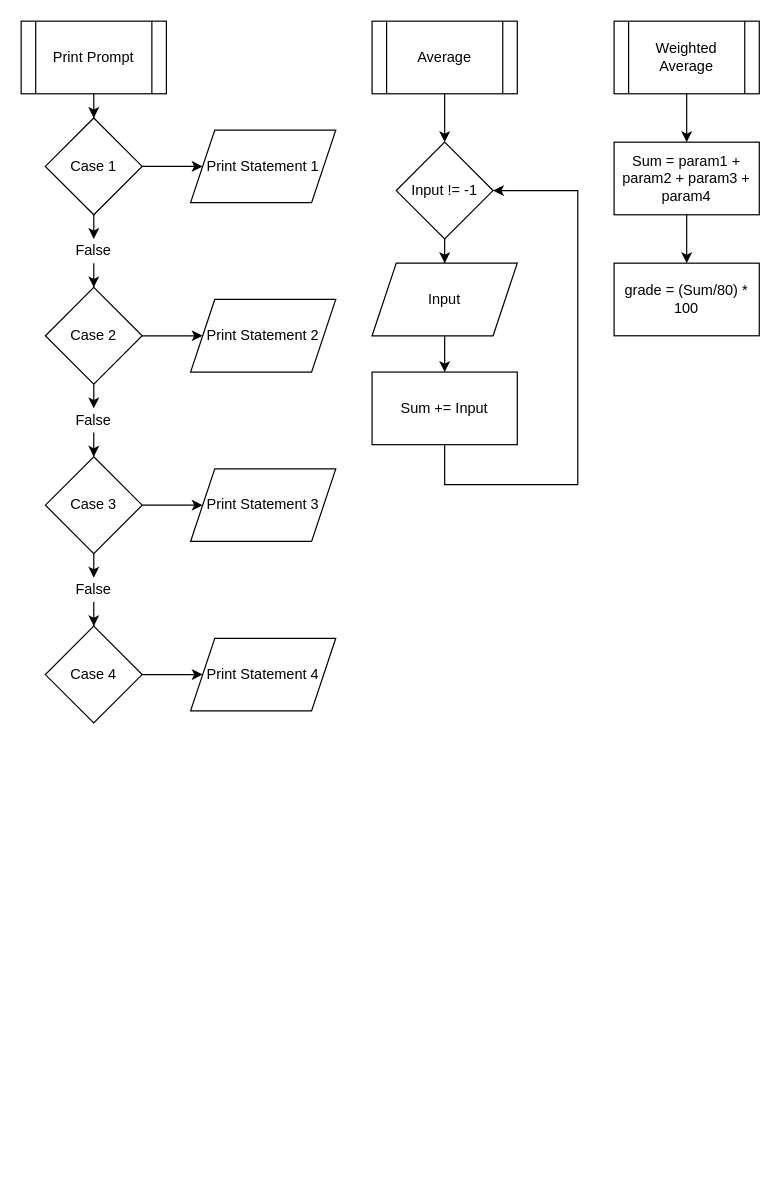
The draw.io diagram page "Page-2" (2 of 2) of Layouts/Project 4.drawio in Sukhvsin2/CS-155-Projects, before the edit. Source tidied: cells renumbered, new cells numbered last; positions are measured from the earlier drawing's top-left corner, leaving out a move shared by most shapes. Both pictures are drawn from the tidied source at 121%, with x=0, y=0 at pixel (21, 21).
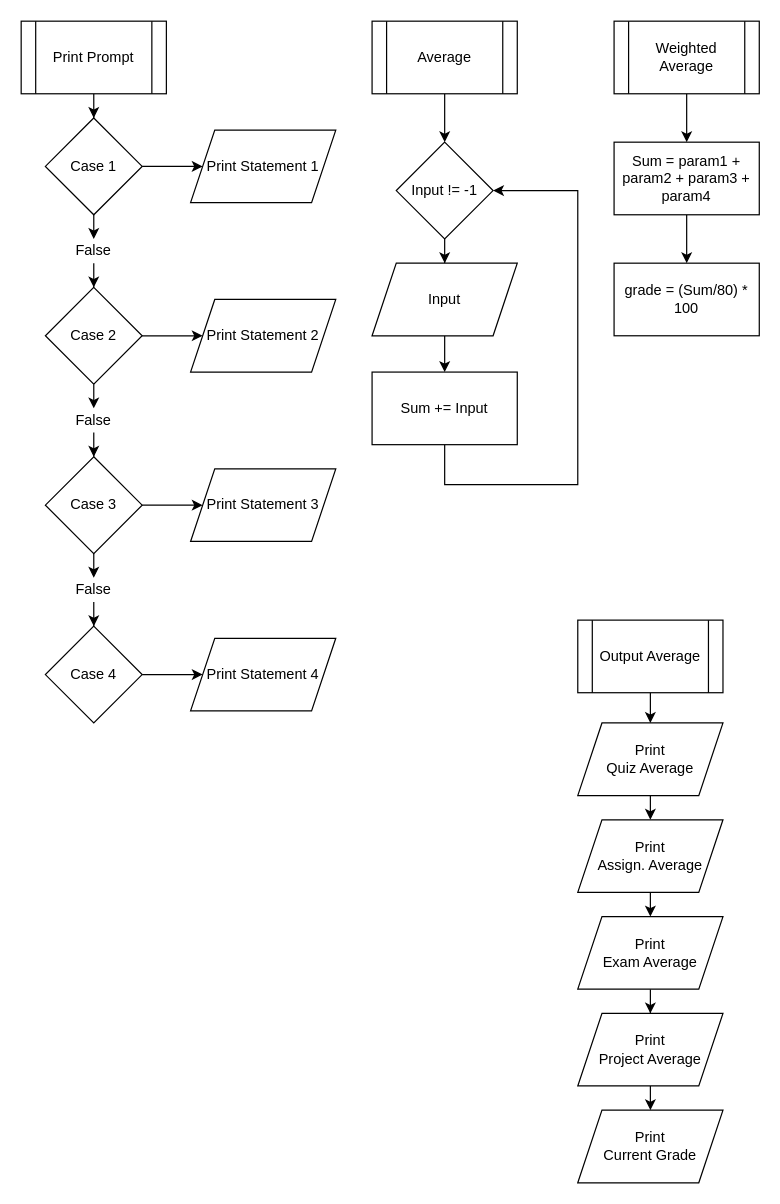
The same diagram, later.

Commit message:
Output Average Done

What changed in the source:
```diff
@@
+    <mxCell id="38" style="edgeStyle=orthogonalEdgeStyle;rounded=0;jettySize=auto;html=1;" parent="1" edge="1" source="39" target="41">
+      <mxGeometry relative="1" as="geometry" />
+    </mxCell>
+    <mxCell id="39" value="Output Average" style="shape=process;whiteSpace=wrap;html=1;backgroundOutline=1;" parent="1" vertex="1">
+      <mxGeometry x="460" y="495" width="120" height="60" as="geometry" />
+    </mxCell>
+    <mxCell id="40" style="edgeStyle=orthogonalEdgeStyle;rounded=0;jettySize=auto;html=1;exitX=0.5;exitY=1;exitDx=0;exitDy=0;entryX=0.5;entryY=0;entryDx=0;entryDy=0;" parent="1" edge="1" source="41" target="43">
+      <mxGeometry relative="1" as="geometry" />
+    </mxCell>
+    <mxCell id="41" value="Print&lt;br&gt;Quiz Average" style="shape=parallelogram;perimeter=parallelogramPerimeter;whiteSpace=wrap;html=1;fixedSize=1;" parent="1" vertex="1">
+      <mxGeometry x="460" y="580" width="120" height="60" as="geometry" />
+    </mxCell>
+    <mxCell id="42" style="edgeStyle=orthogonalEdgeStyle;rounded=0;jettySize=auto;html=1;exitX=0.5;exitY=1;exitDx=0;exitDy=0;entryX=0.5;entryY=0;entryDx=0;entryDy=0;" parent="1" edge="1" source="43" target="45">
+      <mxGeometry relative="1" as="geometry" />
+    </mxCell>
+    <mxCell id="43" value="Print&lt;br&gt;Assign. Average" style="shape=parallelogram;perimeter=parallelogramPerimeter;whiteSpace=wrap;html=1;fixedSize=1;" parent="1" vertex="1">
+      <mxGeometry x="460" y="660" width="120" height="60" as="geometry" />
+    </mxCell>
+    <mxCell id="44" style="edgeStyle=orthogonalEdgeStyle;rounded=0;jettySize=auto;html=1;exitX=0.5;exitY=1;exitDx=0;exitDy=0;" parent="1" edge="1" source="45" target="47">
+      <mxGeometry relative="1" as="geometry" />
+    </mxCell>
+    <mxCell id="45" value="Print&lt;br&gt;Exam Average" style="shape=parallelogram;perimeter=parallelogramPerimeter;whiteSpace=wrap;html=1;fixedSize=1;" parent="1" vertex="1">
+      <mxGeometry x="460" y="740" width="120" height="60" as="geometry" />
+    </mxCell>
+    <mxCell id="46" style="edgeStyle=orthogonalEdgeStyle;rounded=0;jettySize=auto;html=1;exitX=0.5;exitY=1;exitDx=0;exitDy=0;entryX=0.5;entryY=0;entryDx=0;entryDy=0;" parent="1" edge="1" source="47" target="48">
+      <mxGeometry relative="1" as="geometry" />
+    </mxCell>
+    <mxCell id="47" value="Print &lt;br&gt;Project Average" style="shape=parallelogram;perimeter=parallelogramPerimeter;whiteSpace=wrap;html=1;fixedSize=1;" parent="1" vertex="1">
+      <mxGeometry x="460" y="820" width="120" height="60" as="geometry" />
+    </mxCell>
+    <mxCell id="48" value="Print &lt;br&gt;Current Grade" style="shape=parallelogram;perimeter=parallelogramPerimeter;whiteSpace=wrap;html=1;fixedSize=1;" parent="1" vertex="1">
+      <mxGeometry x="460" y="900" width="120" height="60" as="geometry" />
+    </mxCell>
```
